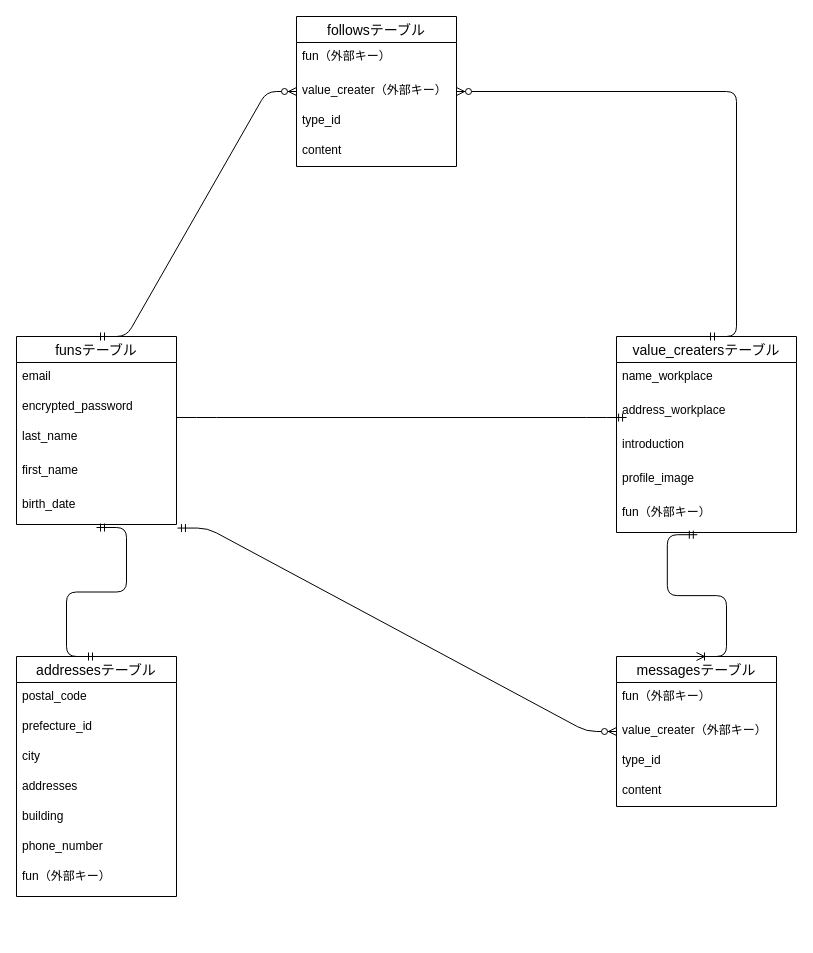
Earlier version of the draw.io diagram funup.dio (Onthevillage/funup). Source tidied: cells renumbered, new cells numbered last; positions are measured from the earlier drawing's top-left corner, leaving out a move shared by most shapes. Both pictures are drawn from the tidied source at 100%, with x=0, y=0 at pixel (16, 16).
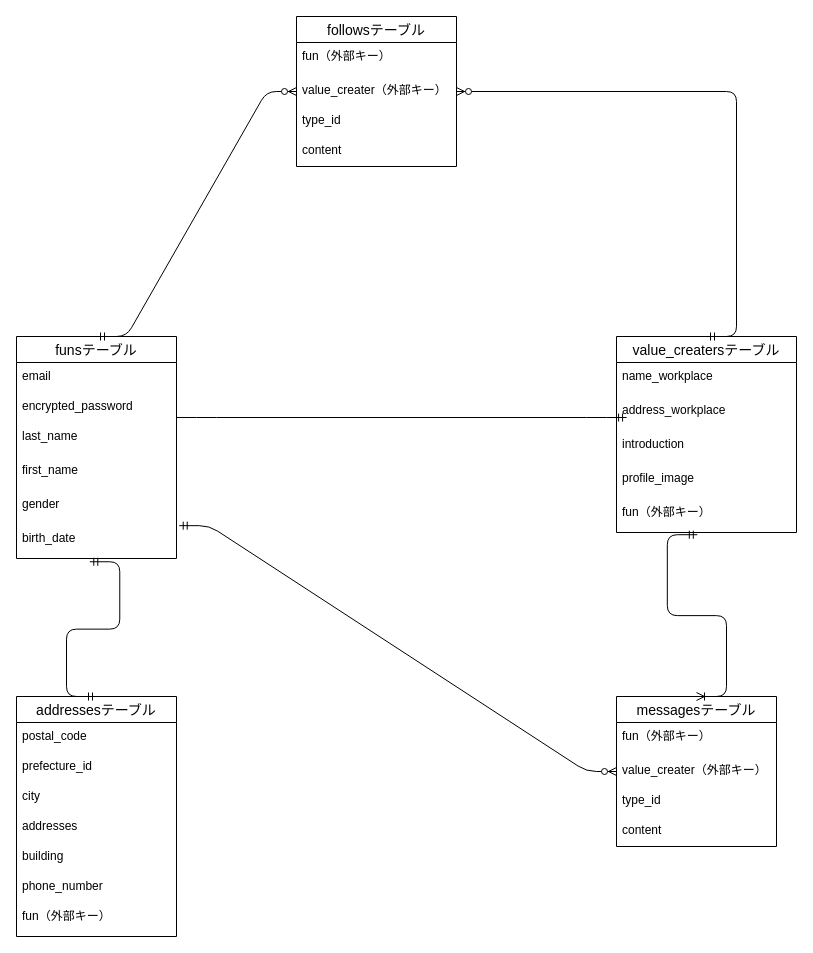
After the change.

The change refers to these unchanged cells:
```xml
<mxCell id="24" value="value_creater（外部キー）" style="text;strokeColor=none;fillColor=none;spacingLeft=4;spacingRight=4;overflow=hidden;points=[[0,0.5],[1,0.5]];portConstraint=eastwest;fontSize=12;" parent="22" vertex="1">
  <mxGeometry y="60" width="160" height="30" as="geometry" />
</mxCell>
```

What changed in the source:
```diff
@@
     <mxCell id="2" value="funsテーブル" style="swimlane;fontStyle=0;horizontal=1;startSize=26;align=center;fontSize=14;" parent="1" vertex="1">
-      <mxGeometry y="320" width="160" height="188" as="geometry" />
+      <mxGeometry y="320" width="160" height="222" as="geometry" />
     </mxCell>
@@
+    <mxCell id="38" value="gender" style="text;strokeColor=none;fillColor=none;spacingLeft=4;spacingRight=4;overflow=hidden;points=[[0,0.5],[1,0.5]];portConstraint=eastwest;fontSize=12;" parent="2" vertex="1">
+      <mxGeometry y="154" width="160" height="34" as="geometry" />
+    </mxCell>
     <mxCell id="7" value="birth_date" style="text;strokeColor=none;fillColor=none;spacingLeft=4;spacingRight=4;overflow=hidden;points=[[0,0.5],[1,0.5]];portConstraint=eastwest;fontSize=12;" parent="2" vertex="1">
-      <mxGeometry y="154" width="160" height="34" as="geometry" />
+      <mxGeometry y="188" width="160" height="34" as="geometry" />
     </mxCell>
@@
     <mxCell id="14" value="addressesテーブル" style="swimlane;fontStyle=0;horizontal=1;startSize=26;align=center;fontSize=14;" parent="1" vertex="1">
-      <mxGeometry y="640" width="160" height="240" as="geometry" />
+      <mxGeometry y="680" width="160" height="240" as="geometry" />
     </mxCell>
@@
     <mxCell id="22" value="messagesテーブル" style="swimlane;fontStyle=0;horizontal=1;startSize=26;align=center;fontSize=14;" parent="1" vertex="1">
-      <mxGeometry x="600" y="640" width="160" height="150" as="geometry" />
+      <mxGeometry x="600" y="680" width="160" height="150" as="geometry" />
     </mxCell>
@@
-    <mxCell id="27" style="edgeStyle=entityRelationEdgeStyle;fontSize=12;html=1;endArrow=ERmandOne;startArrow=ERmandOne;entryX=0.5;entryY=0;entryDx=0;entryDy=0;" parent="1" edge="1" target="14">
-      <mxGeometry relative="1" as="geometry">
-        <mxPoint x="80" y="511" as="sourcePoint" />
-      </mxGeometry>
+    <mxCell id="27" style="edgeStyle=entityRelationEdgeStyle;fontSize=12;html=1;endArrow=ERmandOne;startArrow=ERmandOne;entryX=0.5;entryY=0;entryDx=0;entryDy=0;exitX=0.458;exitY=1.096;exitDx=0;exitDy=0;exitPerimeter=0;" parent="1" edge="1" source="7" target="14">
+      <mxGeometry relative="1" as="geometry" />
     </mxCell>
@@
-    <mxCell id="29" style="edgeStyle=entityRelationEdgeStyle;fontSize=12;html=1;endArrow=ERzeroToMany;startArrow=ERmandOne;exitX=1.006;exitY=1.105;exitDx=0;exitDy=0;exitPerimeter=0;entryX=0;entryY=0.5;entryDx=0;entryDy=0;" parent="1" edge="1" source="7" target="24">
+    <mxCell id="29" style="edgeStyle=entityRelationEdgeStyle;fontSize=12;html=1;endArrow=ERzeroToMany;startArrow=ERmandOne;exitX=1.017;exitY=1.034;exitDx=0;exitDy=0;exitPerimeter=0;entryX=0;entryY=0.5;entryDx=0;entryDy=0;" parent="1" edge="1" source="38" target="24">
       <mxGeometry relative="1" as="geometry" />
     </mxCell>
```
